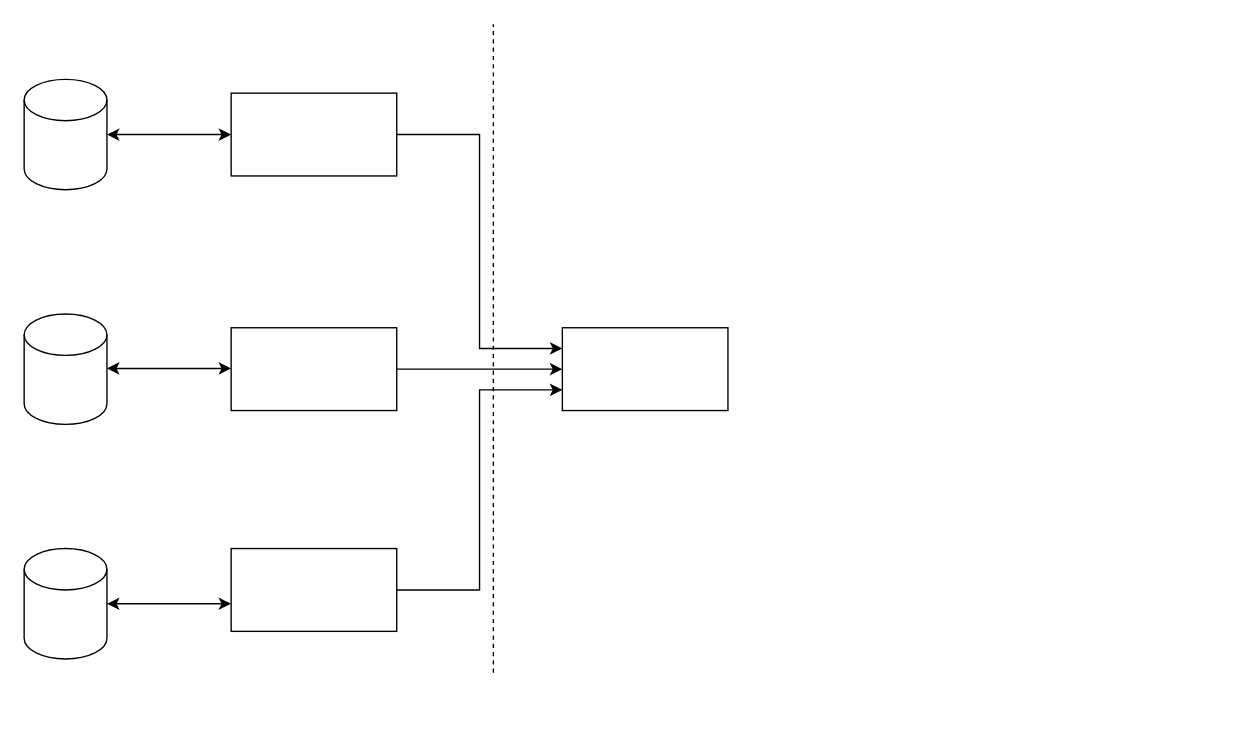
Earlier version of the draw.io diagram ofdf.drawio (anapitalai/diagrams). Source tidied: cells renumbered, new cells numbered last; positions are measured from the earlier drawing's top-left corner, leaving out a move shared by most shapes. Both pictures are drawn from the tidied source at 138%, with x=0, y=0 at pixel (23, 23).
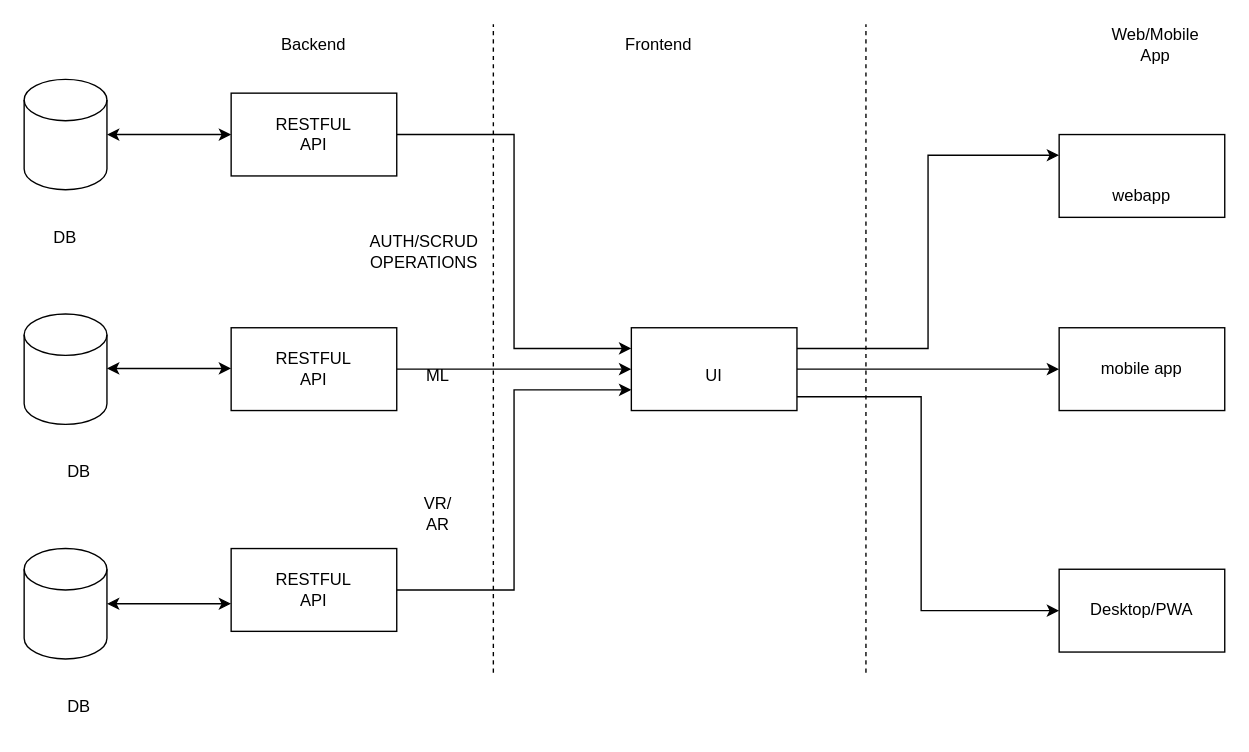
Above is the later version.

The edit, as a diff of the source:
```diff
@@
+    <mxCell id="16" style="edgeStyle=orthogonalEdgeStyle;rounded=0;jettySize=auto;html=1;exitX=1;exitY=0.25;exitDx=0;exitDy=0;entryX=0;entryY=0.25;entryDx=0;entryDy=0;" parent="1" edge="1" source="11" target="32">
+      <mxGeometry relative="1" as="geometry" />
+    </mxCell>
+    <mxCell id="17" style="edgeStyle=orthogonalEdgeStyle;rounded=0;jettySize=auto;html=1;exitX=1;exitY=0.5;exitDx=0;exitDy=0;entryX=0;entryY=0.5;entryDx=0;entryDy=0;" parent="1" edge="1" source="11" target="34">
+      <mxGeometry relative="1" as="geometry" />
+    </mxCell>
+    <mxCell id="18" style="edgeStyle=orthogonalEdgeStyle;rounded=0;jettySize=auto;html=1;exitX=1;exitY=0.75;exitDx=0;exitDy=0;entryX=0;entryY=0.5;entryDx=0;entryDy=0;" parent="1" edge="1" source="11" target="33">
+      <mxGeometry relative="1" as="geometry">
+        <Array as="points">
+          <mxPoint x="510" y="265" />
+          <mxPoint x="510" y="270" />
+          <mxPoint x="650" y="270" />
+          <mxPoint x="650" y="425" />
+        </Array>
+      </mxGeometry>
+    </mxCell>
     <mxCell id="11" style="rounded=0;whiteSpace=wrap;html=1;" parent="1" vertex="1">
-      <mxGeometry x="390" y="220" width="120" height="60" as="geometry" />
+      <mxGeometry x="440" y="220" width="120" height="60" as="geometry" />
     </mxCell>
@@
+    <mxCell id="19" value="Backend" style="text;html=1;strokeColor=none;fillColor=none;align=center;verticalAlign=middle;whiteSpace=wrap;rounded=0;" parent="1" vertex="1">
+      <mxGeometry x="180" width="60" height="30" as="geometry" />
+    </mxCell>
+    <mxCell id="20" value="Frontend" style="text;html=1;strokeColor=none;fillColor=none;align=center;verticalAlign=middle;whiteSpace=wrap;rounded=0;" parent="1" vertex="1">
+      <mxGeometry x="430" width="60" height="30" as="geometry" />
+    </mxCell>
+    <mxCell id="21" value="RESTFUL &lt;br&gt;API" style="text;html=1;strokeColor=none;fillColor=none;align=center;verticalAlign=middle;whiteSpace=wrap;rounded=0;" parent="1" vertex="1">
+      <mxGeometry x="180" y="65" width="60" height="30" as="geometry" />
+    </mxCell>
+    <mxCell id="22" value="RESTFUL&lt;br style=&quot;border-color: var(--border-color);&quot;&gt;API" style="text;html=1;strokeColor=none;fillColor=none;align=center;verticalAlign=middle;whiteSpace=wrap;rounded=0;" parent="1" vertex="1">
+      <mxGeometry x="180" y="235" width="60" height="30" as="geometry" />
+    </mxCell>
+    <mxCell id="23" value="RESTFUL&lt;br style=&quot;border-color: var(--border-color);&quot;&gt;API" style="text;html=1;strokeColor=none;fillColor=none;align=center;verticalAlign=middle;whiteSpace=wrap;rounded=0;" parent="1" vertex="1">
+      <mxGeometry x="180" y="395" width="60" height="30" as="geometry" />
+    </mxCell>
+    <mxCell id="24" value="DB" style="text;html=1;strokeColor=none;fillColor=none;align=center;verticalAlign=middle;whiteSpace=wrap;rounded=0;" parent="1" vertex="1">
+      <mxGeometry y="140" width="60" height="30" as="geometry" />
+    </mxCell>
+    <mxCell id="25" value="DB" style="text;html=1;strokeColor=none;fillColor=none;align=center;verticalAlign=middle;whiteSpace=wrap;rounded=0;" parent="1" vertex="1">
+      <mxGeometry x="10" y="310" width="60" height="30" as="geometry" />
+    </mxCell>
+    <mxCell id="26" value="DB" style="text;html=1;strokeColor=none;fillColor=none;align=center;verticalAlign=middle;whiteSpace=wrap;rounded=0;" parent="1" vertex="1">
+      <mxGeometry x="10" y="480" width="60" height="30" as="geometry" />
+    </mxCell>
+    <mxCell id="27" value="AUTH/SCRUD OPERATIONS" style="text;html=1;strokeColor=none;fillColor=none;align=center;verticalAlign=middle;whiteSpace=wrap;rounded=0;" parent="1" vertex="1">
+      <mxGeometry x="260" y="150" width="60" height="30" as="geometry" />
+    </mxCell>
+    <mxCell id="28" value="VR/&lt;br&gt;AR&lt;br&gt;" style="text;html=1;strokeColor=none;fillColor=none;align=center;verticalAlign=middle;whiteSpace=wrap;rounded=0;" parent="1" vertex="1">
+      <mxGeometry x="270" y="340" width="60" height="30" as="geometry" />
+    </mxCell>
+    <mxCell id="29" value="ML" style="text;html=1;strokeColor=none;fillColor=none;align=center;verticalAlign=middle;whiteSpace=wrap;rounded=0;" parent="1" vertex="1">
+      <mxGeometry x="270" y="240" width="60" height="30" as="geometry" />
+    </mxCell>
+    <mxCell id="30" style="endArrow=none;dashed=1;html=1;rounded=0;" parent="1" edge="1">
+      <mxGeometry relative="1" as="geometry">
+        <mxPoint x="610" y="470" as="sourcePoint" />
+        <mxPoint x="610" as="targetPoint" />
+      </mxGeometry>
+    </mxCell>
+    <mxCell id="31" value="Web/Mobile App" style="text;html=1;strokeColor=none;fillColor=none;align=center;verticalAlign=middle;whiteSpace=wrap;rounded=0;" parent="1" vertex="1">
+      <mxGeometry x="790" width="60" height="30" as="geometry" />
+    </mxCell>
+    <mxCell id="32" style="rounded=0;whiteSpace=wrap;html=1;" parent="1" vertex="1">
+      <mxGeometry x="750" y="80" width="120" height="60" as="geometry" />
+    </mxCell>
+    <mxCell id="33" value="Desktop/PWA" style="rounded=0;whiteSpace=wrap;html=1;" parent="1" vertex="1">
+      <mxGeometry x="750" y="395" width="120" height="60" as="geometry" />
+    </mxCell>
+    <mxCell id="34" value="mobile app" style="rounded=0;whiteSpace=wrap;html=1;" parent="1" vertex="1">
+      <mxGeometry x="750" y="220" width="120" height="60" as="geometry" />
+    </mxCell>
+    <mxCell id="35" value="webapp" style="text;html=1;strokeColor=none;fillColor=none;align=center;verticalAlign=middle;whiteSpace=wrap;rounded=0;" parent="1" vertex="1">
+      <mxGeometry x="780" y="110" width="60" height="30" as="geometry" />
+    </mxCell>
+    <mxCell id="36" value="UI" style="text;html=1;strokeColor=none;fillColor=none;align=center;verticalAlign=middle;whiteSpace=wrap;rounded=0;" parent="1" vertex="1">
+      <mxGeometry x="470" y="240" width="60" height="30" as="geometry" />
+    </mxCell>
```
